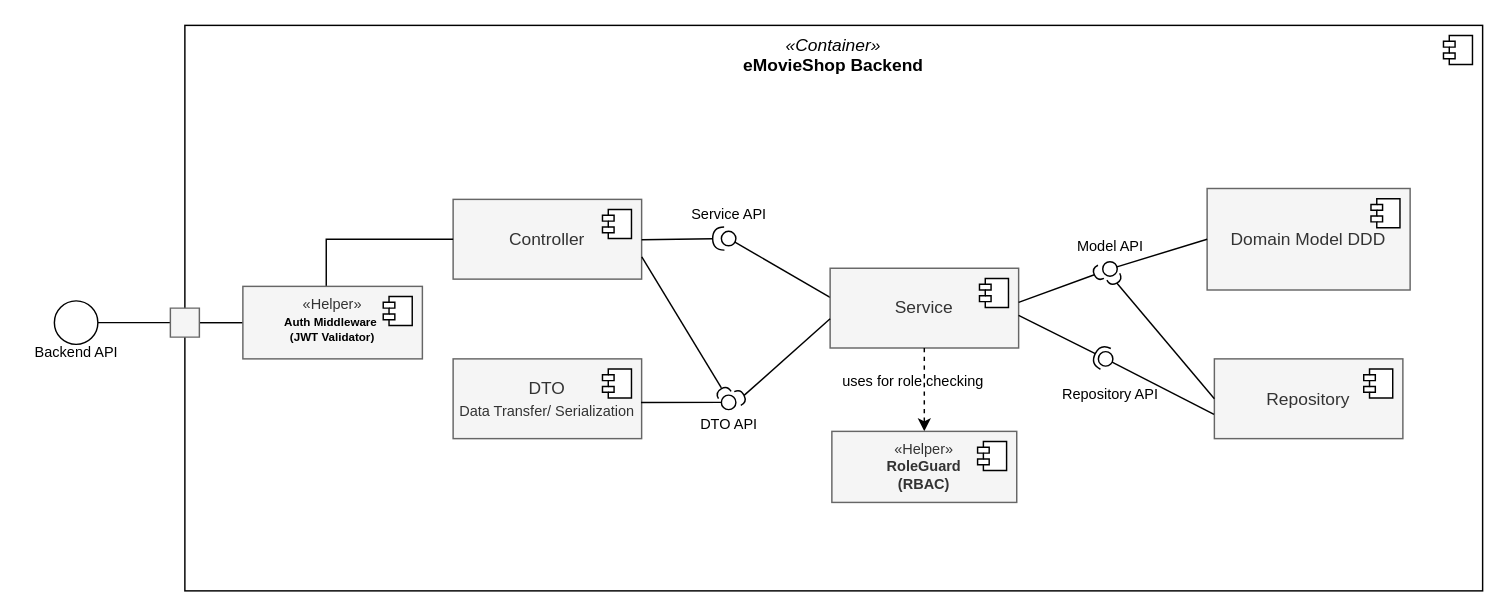
Before: Deliverables/Phase1/ArchitectureAndDesign/diagrams/BackendLogicalView.drawio in mei-desofs/desofs2026-wed_nap_1-1, a draw.io diagram. Source tidied: cells renumbered, new cells numbered last; positions are measured from the earlier drawing's top-left corner, leaving out a move shared by most shapes. Both pictures are drawn from the tidied source at 145%, with x=0, y=0 at pixel (25, 25).
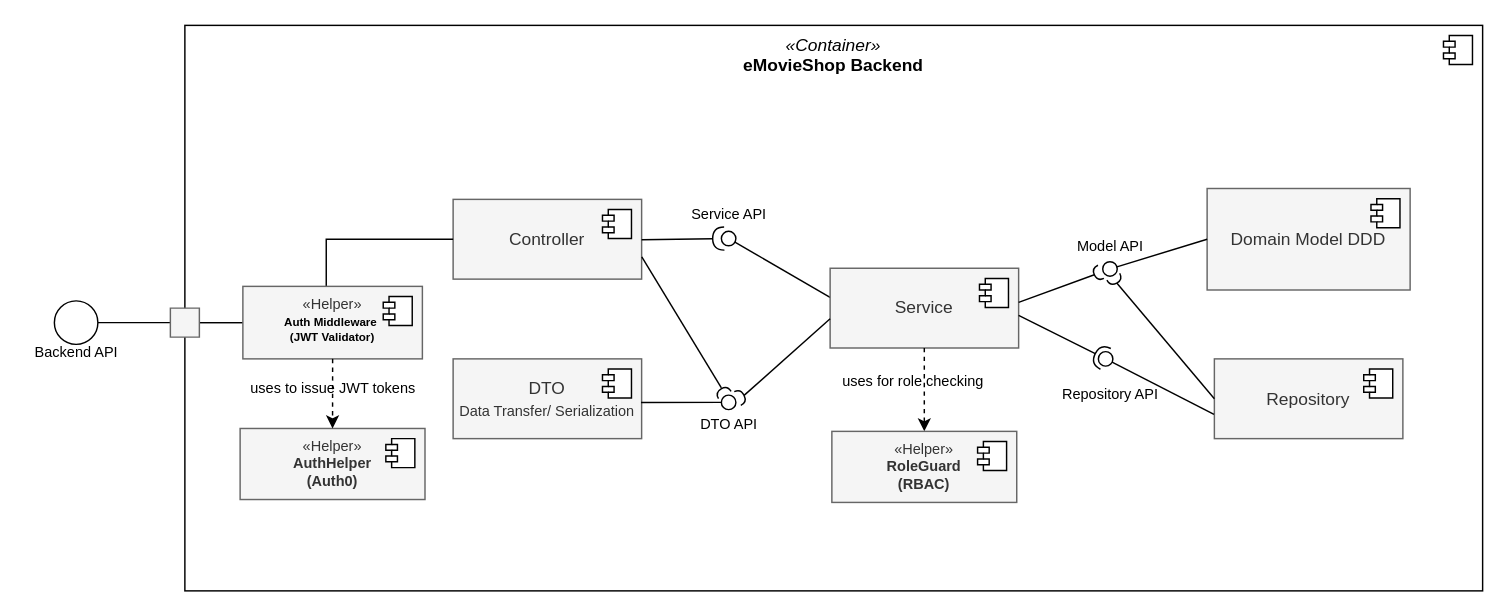
The same page after the edit.

Commit message (it also covers changes not shown here):
Updating Architecture Diagrams

Unchanged cells that the change refers to:
```xml
<mxCell id="42" value="«Helper»&lt;br&gt;&lt;div&gt;&lt;span style=&quot;color: rgb(0, 0, 0); font-size: 8px; text-wrap-mode: nowrap;&quot;&gt;&lt;b&gt;Auth Middleware&amp;nbsp;&lt;/b&gt;&lt;/span&gt;&lt;div style=&quot;color: rgb(0, 0, 0); font-size: 8px; text-wrap-mode: nowrap;&quot;&gt;&lt;b&gt;(JWT Validator)&lt;/b&gt;&lt;/div&gt;&lt;/div&gt;" style="html=1;whiteSpace=wrap;verticalAlign=top;align=center;fontSize=10;fillColor=#f5f5f5;strokeColor=#666666;fontColor=#333333;" parent="1" vertex="1">
  <mxGeometry x="150" y="180" width="123.8" height="50" as="geometry" />
</mxCell>
```

What changed in the source:
```diff
@@
+    <mxCell id="44" value="«Helper»&lt;br&gt;&lt;div&gt;&lt;b&gt;AuthHelper&lt;/b&gt;&lt;/div&gt;&lt;div&gt;&lt;b&gt;(Auth0)&lt;/b&gt;&lt;/div&gt;&lt;div&gt;&lt;br style=&quot;text-wrap-mode: nowrap;&quot;&gt;&lt;/div&gt;" style="html=1;whiteSpace=wrap;verticalAlign=top;align=center;fontSize=10;fillColor=#f5f5f5;strokeColor=#666666;fontColor=#333333;" parent="1" vertex="1">
+      <mxGeometry x="148.1" y="278" width="127.5" height="49" as="geometry" />
+    </mxCell>
+    <mxCell id="45" style="shape=module;jettyWidth=8;jettyHeight=4;" parent="44" vertex="1">
+      <mxGeometry x="1" width="20" height="20" relative="1" as="geometry">
+        <mxPoint x="-27" y="7" as="offset" />
+      </mxGeometry>
+    </mxCell>
+    <mxCell id="46" style="edgeStyle=orthogonalEdgeStyle;rounded=0;jettySize=auto;html=1;endArrow=classic;startFill=0;dashed=1;endFill=1;entryX=0.5;entryY=0;entryDx=0;entryDy=0;exitX=0.5;exitY=1;exitDx=0;exitDy=0;" parent="1" edge="1" source="42" target="44">
+      <mxGeometry relative="1" as="geometry" />
+    </mxCell>
+    <mxCell id="47" value="&lt;div&gt;uses to issue JWT tokens&lt;/div&gt;" style="text;align=center;fontStyle=0;verticalAlign=middle;spacingLeft=3;spacingRight=3;strokeColor=none;html=1;fontSize=10;" parent="1" vertex="1">
+      <mxGeometry x="149" y="239.8" width="125" height="21" as="geometry" />
+    </mxCell>
```
